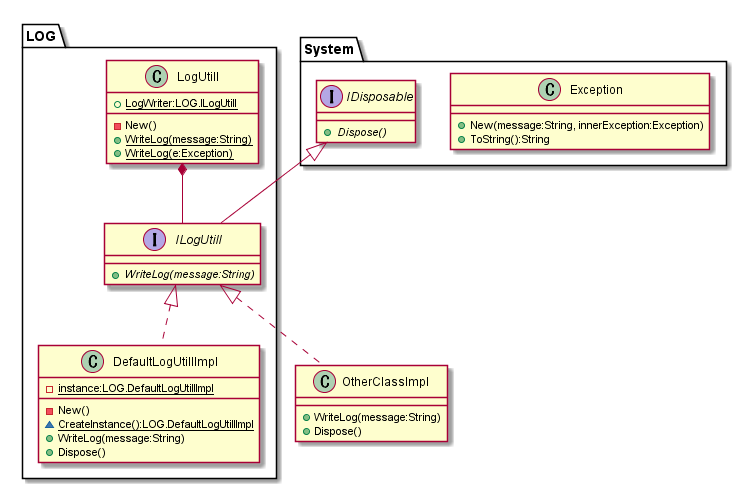
Before: doc/ClassDiagram/LogUtill.png, a diagram exported from PlantUML (hirorich/CommonTool).
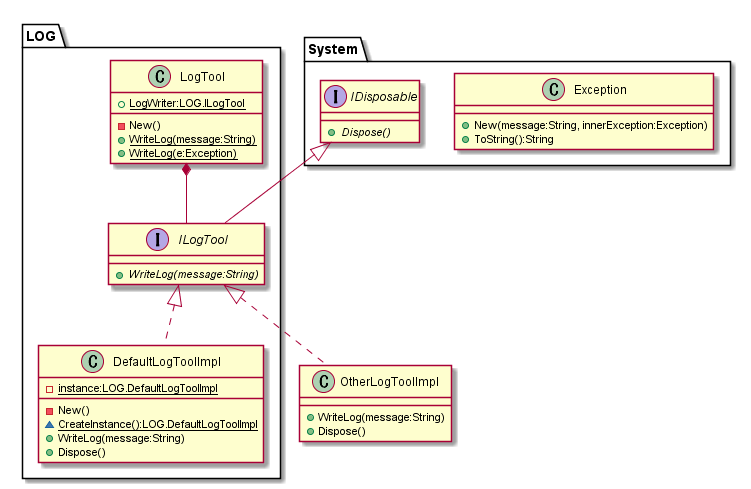
After the commit.

The edit, as a diff of the source:
```diff
@@ -9,34 +9,34 @@
   + {abstract} Dispose()
 }
 
-interface LOG.ILogUtill {
+interface LOG.ILogTool {
   + {abstract} WriteLog(message:String)
 }
-System.IDisposable <|-- LOG.ILogUtill
+System.IDisposable <|-- LOG.ILogTool
 
-class LOG.LogUtill {
-  + {static} LogWriter:LOG.ILogUtill
+class LOG.LogTool {
+  + {static} LogWriter:LOG.ILogTool
 
   - New()
   + {static} WriteLog(message:String)
   + {static} WriteLog(e:Exception)
 }
-LOG.LogUtill *-- LOG.ILogUtill
+LOG.LogTool *-- LOG.ILogTool
 
-class LOG.DefaultLogUtillImpl {
-  - {static} instance:LOG.DefaultLogUtillImpl
+class LOG.DefaultLogToolImpl {
+  - {static} instance:LOG.DefaultLogToolImpl
 
   - New()
-  ~ {static} CreateInstance():LOG.DefaultLogUtillImpl
+  ~ {static} CreateInstance():LOG.DefaultLogToolImpl
   + WriteLog(message:String)
   + Dispose()
 }
-LOG.ILogUtill <|.. LOG.DefaultLogUtillImpl
+LOG.ILogTool <|.. LOG.DefaultLogToolImpl
 
-class OtherClassImpl {
+class OtherLogToolImpl {
   + WriteLog(message:String)
   + Dispose()
 }
-LOG.ILogUtill <|.. OtherClassImpl
+LOG.ILogTool <|.. OtherLogToolImpl
 
 @enduml
```
